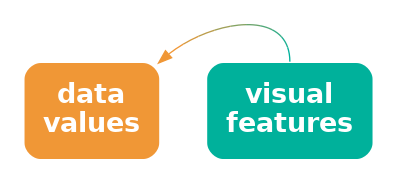
Above: Diagrams/learned-decode.png in pmur002/hdvw (Graphviz), before the change. Its source is kept beside it as Diagrams/learned-decode.dot.
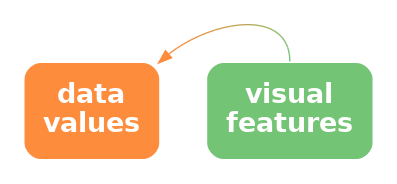
After the commit.

Change to the diagram source:
```diff
@@ -1,9 +1,9 @@
 digraph {
   graph [ rankdir=LR; margin=.2; nodesep=.5 ];
   node [ fontsize=20; fontname="sans bold"; margin=.2 ];
-  data [ label="data\nvalues"; shape=box; style="filled, rounded"; penwidth=0; fontcolor=white; fillcolor="#F09736" ]
+  data [ label="data\nvalues"; shape=box; style="filled, rounded"; penwidth=0; fontcolor=white; fillcolor="#FD8D3C" ]
   vis [ label="visual\nfeatures"; shape=box;
-     style="filled, rounded"; penwidth=0; fontcolor=white; fillcolor="#00B19B" ]
-  data -> vis [ color="#F09736;0.1:#D59A41;0.1:#BB9D4C;0.1:#A0A058;0.1:#85A363;0.1:#6BA56E;0.1:#50A879;0.1:#35AB85;0.1:#1BAE90;0.1:#00B19B;0.1" ] [ style="invis" ]
-  vis:n -> data:ne [ style="solid", color="#00B19B;0.1:#1BAE90;0.1:#35AB85;0.1:#50A879;0.1:#6BA56E;0.1:#85A363;0.1:#A0A058;0.1:#BB9D4C;0.1:#D59A41;0.1:#F09736;0.1" ]
+     style="filled, rounded"; penwidth=0; fontcolor=white; fillcolor="#74C476" ]
+  data -> vis [ color="#FD8D3C;0.1:#EE9342;0.1:#DF9949;0.1:#CF9F4F;0.1:#C0A556;0.1:#B1AC5C;0.1:#A2B263;0.1:#92B869;0.1:#83BE70;0.1:#74C476;0.1" ] [ style="invis" ]
+  vis:n -> data:ne [ style="solid", color="#74C476;0.1:#83BE70;0.1:#92B869;0.1:#A2B263;0.1:#B1AC5C;0.1:#C0A556;0.1:#CF9F4F;0.1:#DF9949;0.1:#EE9342;0.1:#FD8D3C;0.1" ]
 }
```
